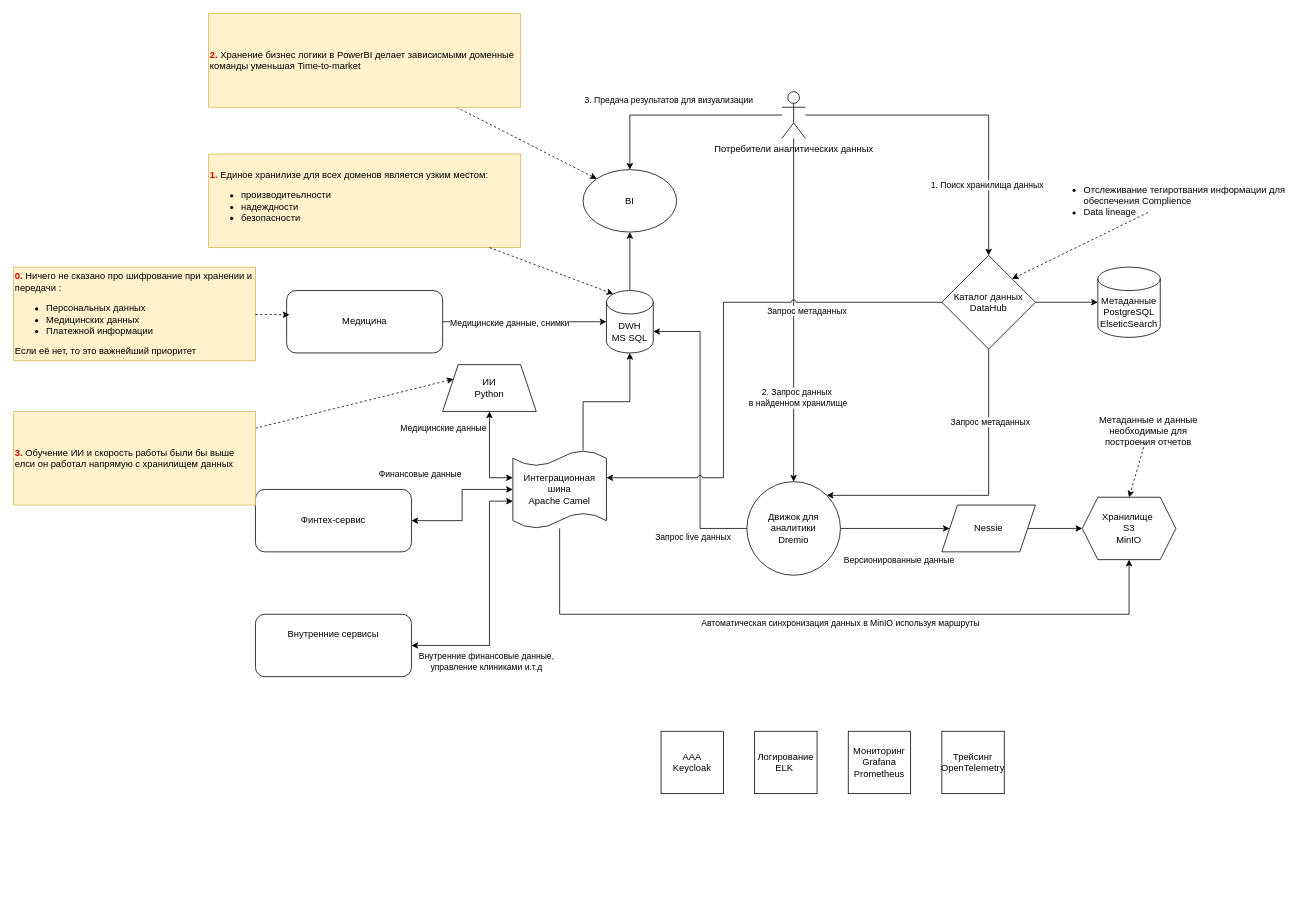
The draw.io diagram Task1/Containers.drawio in alexii-potapov/architecture-future_2_0, before the edit. Source tidied: cells renumbered, new cells numbered last; positions are measured from the earlier drawing's top-left corner, leaving out a move shared by most shapes. Both pictures are drawn from the tidied source at 78%, with x=0, y=0 at pixel (13, 13).
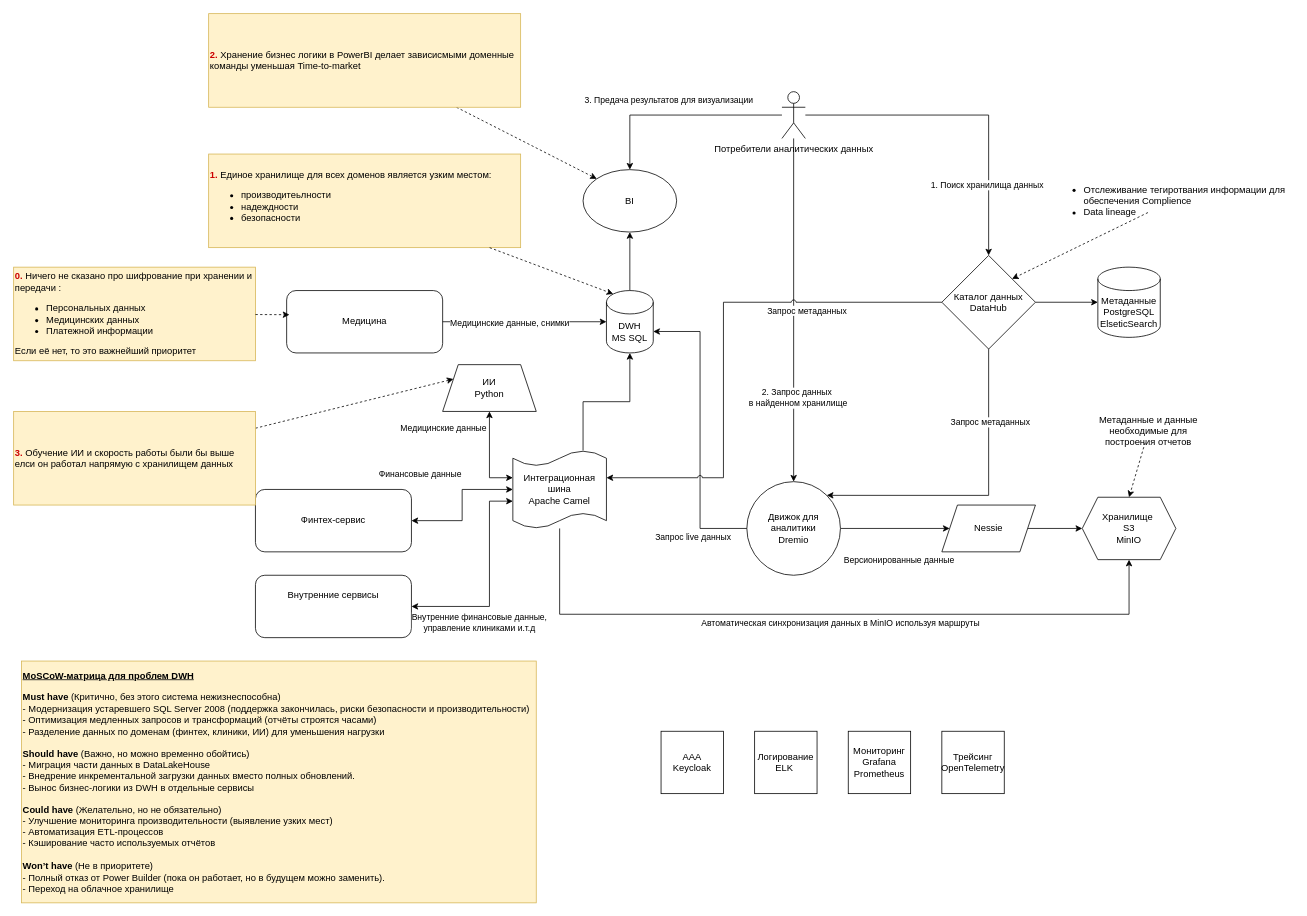
The same diagram, later.

Commit message:
Добавлние проблем DWH

Unchanged cells that the change refers to:
```xml
<mxCell id="45" value="Интеграционная шина&lt;br&gt;Apache Camel" style="shape=tape;whiteSpace=wrap;html=1;size=0.2;" parent="1" vertex="1">
  <mxGeometry x="640" y="560" width="120" height="100" as="geometry" />
</mxCell>
```

What changed in the source:
```diff
@@
     <mxCell id="3" value="Внутренние сервисы&lt;br&gt;&lt;br&gt;&lt;div&gt;&lt;br&gt;&lt;/div&gt;" style="rounded=1;whiteSpace=wrap;html=1;" parent="1" vertex="1">
-      <mxGeometry x="310" y="770" width="200" height="80" as="geometry" />
+      <mxGeometry x="310" y="720" width="200" height="80" as="geometry" />
     </mxCell>
@@
     <mxCell id="34" style="edgeStyle=orthogonalEdgeStyle;rounded=0;jettySize=auto;html=1;entryX=0;entryY=0.65;entryDx=0;entryDy=0;entryPerimeter=0;startArrow=classic;startFill=1;" parent="1" edge="1" source="3" target="45">
       <mxGeometry relative="1" as="geometry">
         <Array as="points">
-          <mxPoint x="610" y="810" />
+          <mxPoint x="610" y="760" />
           <mxPoint x="610" y="625" />
         </Array>
       </mxGeometry>
     </mxCell>
@@
-    <mxCell id="37" value="&lt;font style=&quot;color: rgb(204, 0, 0);&quot;&gt;&lt;b&gt;1. &lt;/b&gt;&lt;/font&gt;Единое хранилизе для всех доменов является узким местом:&lt;div&gt;&lt;ul&gt;&lt;li&gt;производитеьлности &lt;/li&gt;&lt;li&gt;надеждности&lt;/li&gt;&lt;li&gt;безопасности&lt;/li&gt;&lt;/ul&gt;&lt;/div&gt;" style="text;html=1;align=left;verticalAlign=middle;whiteSpace=wrap;rounded=0;fillColor=#fff2cc;strokeColor=#d6b656;" parent="1" vertex="1">
+    <mxCell id="37" value="&lt;font style=&quot;color: rgb(204, 0, 0);&quot;&gt;&lt;b&gt;1. &lt;/b&gt;&lt;/font&gt;Единое хранилище для всех доменов является узким местом:&lt;div&gt;&lt;ul&gt;&lt;li&gt;производитеьлности &lt;/li&gt;&lt;li&gt;надеждности&lt;/li&gt;&lt;li&gt;безопасности&lt;/li&gt;&lt;/ul&gt;&lt;/div&gt;" style="text;html=1;align=left;verticalAlign=middle;whiteSpace=wrap;rounded=0;fillColor=#fff2cc;strokeColor=#d6b656;" parent="1" vertex="1">
       <mxGeometry x="250" y="180" width="400" height="120" as="geometry" />
     </mxCell>
@@
+    <mxCell id="59" value="&lt;div&gt;&lt;font style=&quot;color: rgb(0, 0, 0);&quot;&gt;&lt;u&gt;&lt;b&gt;MoSCoW-матрица для проблем DWH&lt;/b&gt;&lt;br&gt;&lt;br&gt;&lt;/u&gt;&lt;/font&gt;&lt;/div&gt;&lt;div&gt;&lt;font style=&quot;color: rgb(0, 0, 0);&quot;&gt;&lt;b&gt;Must have &lt;/b&gt;(Критично, без этого система нежизнеспособна)&lt;span style=&quot;white-space:pre&quot;&gt;&#9;&lt;/span&gt;&lt;br&gt;- Модернизация устаревшего SQL Server 2008 (поддержка закончилась, риски безопасности и производительности)&lt;/font&gt;&lt;/div&gt;&lt;div&gt;&lt;/div&gt;&lt;div&gt;&lt;/div&gt;&lt;div&gt;&lt;font style=&quot;color: rgb(0, 0, 0);&quot;&gt;- Оптимизация медленных запросов и трансформаций (отчёты строятся часами)&lt;/font&gt;&lt;/div&gt;&lt;div&gt;&lt;font style=&quot;color: rgb(0, 0, 0);&quot;&gt;- Разделение данных по доменам (финтех, клиники, ИИ) для уменьшения нагрузки&lt;br&gt;&lt;br&gt;&lt;/font&gt;&lt;/div&gt;&lt;div&gt;&lt;font style=&quot;color: rgb(0, 0, 0);&quot;&gt;&lt;b&gt;Should have&lt;/b&gt; (Важно, но можно временно обойтись)&lt;span style=&quot;white-space:pre&quot;&gt;&#9;&lt;/span&gt;&lt;br&gt;- Миграция части данных в DataLakeHouse&lt;br&gt;- Внедрение инкрементальной загрузки данных вместо полных обновлений.&lt;/font&gt;&lt;/div&gt;&lt;div&gt;&lt;font style=&quot;color: rgb(0, 0, 0);&quot;&gt;- Вынос бизнес-логики из DWH в отдельные сервисы&lt;/font&gt;&lt;/div&gt;&lt;div&gt;&lt;font style=&quot;color: rgb(0, 0, 0);&quot;&gt;&lt;br&gt;&lt;/font&gt;&lt;/div&gt;&lt;div&gt;&lt;font style=&quot;color: rgb(0, 0, 0);&quot;&gt;&lt;b&gt;Could have&lt;/b&gt; (Желательно, но не обязательно)&lt;span style=&quot;white-space:pre&quot;&gt;&#9;&lt;/span&gt;&lt;br&gt;- Улучшение мониторинга производительности (выявление узких мест)&lt;/font&gt;&lt;/div&gt;&lt;div&gt;&lt;font style=&quot;color: rgb(0, 0, 0);&quot;&gt;- Автоматизация ETL-процессов&lt;/font&gt;&lt;/div&gt;&lt;div&gt;&lt;font style=&quot;color: rgb(0, 0, 0);&quot;&gt;- Кэширование часто используемых отчётов&lt;br&gt;&lt;br&gt;&lt;/font&gt;&lt;/div&gt;&lt;div&gt;&lt;font style=&quot;color: rgb(0, 0, 0);&quot;&gt;&lt;b&gt;Won’t have&lt;/b&gt; (Не в приоритете)&lt;span style=&quot;white-space:pre&quot;&gt;&#9;&lt;/span&gt;&lt;br&gt;- Полный отказ от Power Builder (пока он работает, но в будущем можно заменить).&lt;/font&gt;&lt;/div&gt;&lt;div&gt;&lt;font style=&quot;color: rgb(0, 0, 0);&quot;&gt;- Переход на облачное хранилище&lt;/font&gt;&lt;/div&gt;" style="text;html=1;align=left;verticalAlign=middle;whiteSpace=wrap;rounded=0;fillColor=#fff2cc;strokeColor=#d6b656;" parent="1" vertex="1">
+      <mxGeometry x="10" y="830" width="660" height="310" as="geometry" />
+    </mxCell>
```
